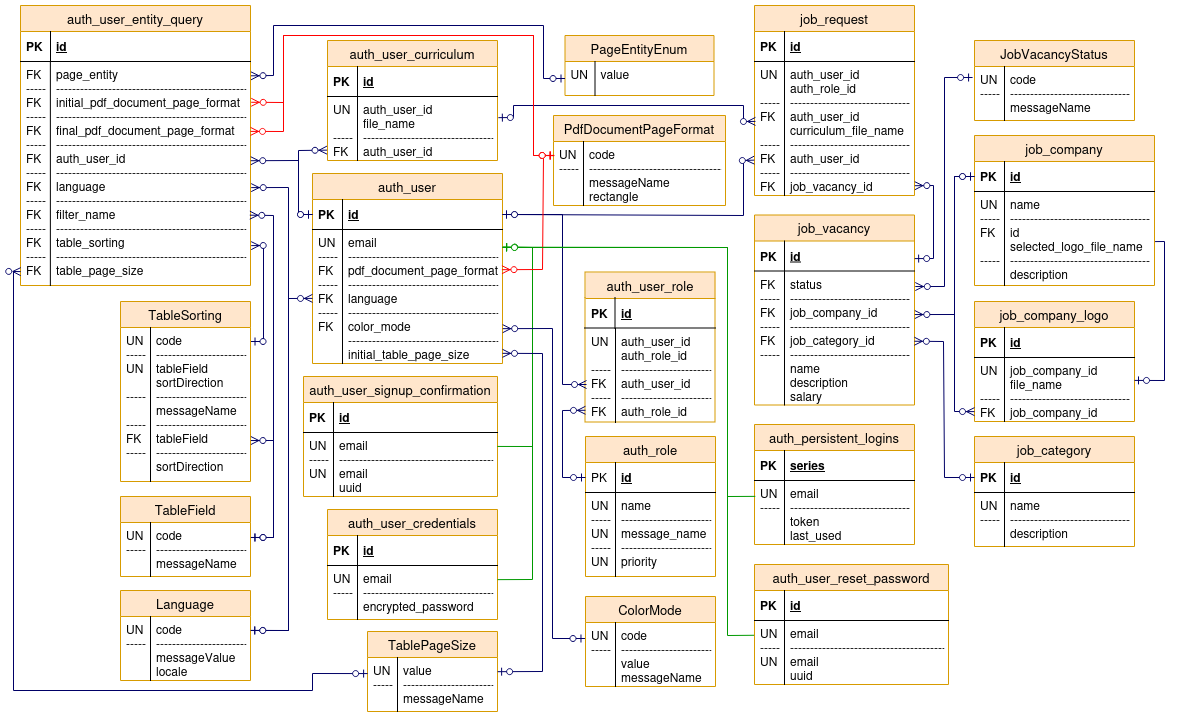
Earlier version of the draw.io export documentation/Entity-Relationship-Diagram.png (Aliuken/JobVacanciesApp_Java11). Source tidied: cells renumbered, new cells last; positions are measured from the earlier drawing's top-left corner, leaving out a move shared by most shapes.
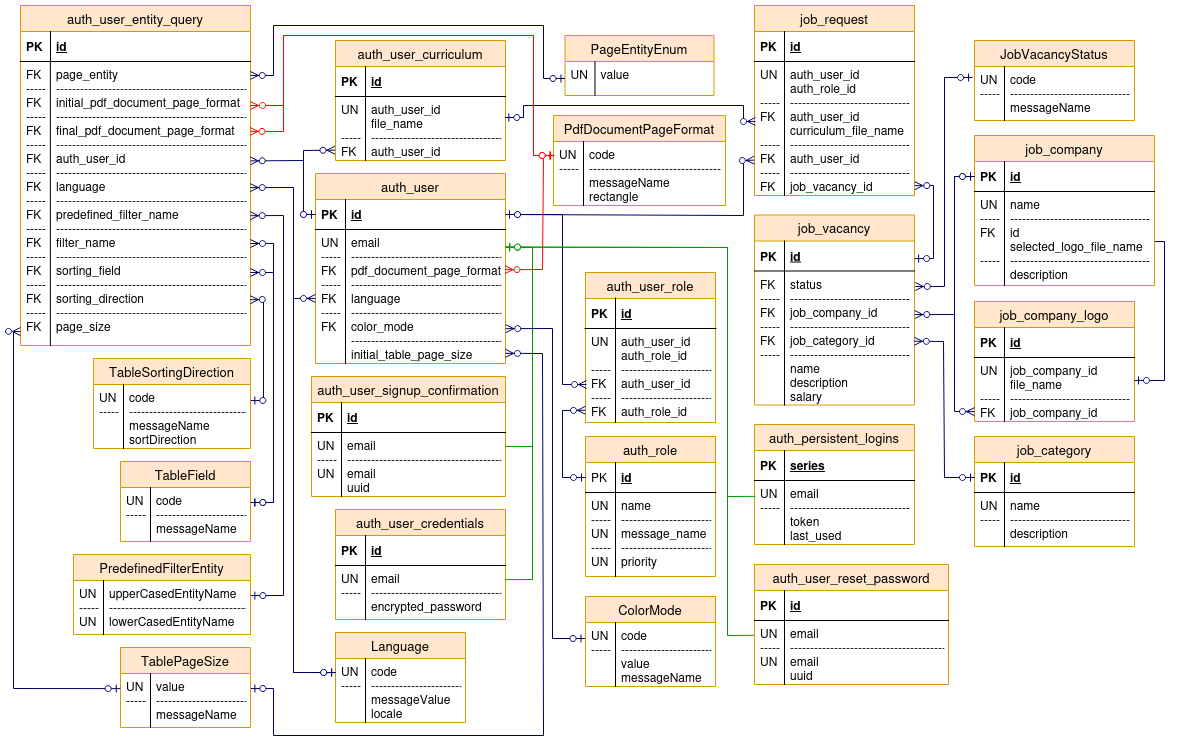
The same file after the commit.

Change to the diagram source:
```diff
@@ -20,3 +20,3 @@
     <mxCell id="7" value="auth_user" style="swimlane;fontStyle=0;horizontal=1;startSize=26;fillColor=#FFE6CC;swimlaneFillColor=#ffffff;align=center;strokeWidth=1;fontSize=13;strokeColor=#d79b00;" parent="1" vertex="1">
-      <mxGeometry x="299" y="168" width="190" height="190" as="geometry" />
+      <mxGeometry x="302" y="168" width="190" height="190" as="geometry" />
     </mxCell>
@@ -71,3 +71,3 @@
     <mxCell id="20" value="auth_user_curriculum" style="swimlane;fontStyle=0;horizontal=1;startSize=26;fillColor=#FFE6CC;swimlaneFillColor=#ffffff;align=center;strokeWidth=1;fontSize=13;strokeColor=#d79b00;" parent="1" vertex="1">
-      <mxGeometry x="314" y="35" width="170" height="120" as="geometry" />
+      <mxGeometry x="322" y="35" width="170" height="120" as="geometry" />
     </mxCell>
@@ -88,4 +88,4 @@
         <Array as="points">
-          <mxPoint x="285" y="145" />
-          <mxPoint x="285" y="209" />
+          <mxPoint x="290" y="145" />
+          <mxPoint x="290" y="209" />
         </Array>
@@ -94,3 +94,3 @@
     <mxCell id="26" value="auth_user_signup_confirmation" style="swimlane;fontStyle=0;horizontal=1;startSize=26;fillColor=#FFE6CC;swimlaneFillColor=#ffffff;align=center;strokeWidth=1;fontSize=13;strokeColor=#d79b00;" parent="1" vertex="1">
-      <mxGeometry x="290" y="371" width="194" height="120" as="geometry" />
+      <mxGeometry x="298" y="371" width="194" height="120" as="geometry" />
     </mxCell>
@@ -109,3 +109,3 @@
     <mxCell id="31" value="auth_user_credentials" style="swimlane;fontStyle=0;horizontal=1;startSize=26;fillColor=#FFE6CC;swimlaneFillColor=#ffffff;align=center;strokeWidth=1;fontSize=13;strokeColor=#d79b00;" parent="1" vertex="1">
-      <mxGeometry x="314" y="504" width="170" height="110" as="geometry" />
+      <mxGeometry x="322" y="504" width="170" height="110" as="geometry" />
     </mxCell>
@@ -140,3 +140,3 @@
     <mxCell id="38" value="Language" style="swimlane;fontStyle=0;horizontal=1;startSize=26;fillColor=#FFE6CC;swimlaneFillColor=#ffffff;align=center;strokeWidth=1;fontSize=13;strokeColor=#d79b00;" parent="1" vertex="1">
-      <mxGeometry x="107" y="585" width="130" height="90" as="geometry" />
+      <mxGeometry x="322" y="627" width="130" height="90" as="geometry" />
     </mxCell>
@@ -148,7 +148,7 @@
     </mxCell>
-    <mxCell id="41" style="edgeStyle=none;rounded=0;html=1;startArrow=ERzeroToMany;startFill=1;endArrow=ERzeroToOne;endFill=1;jettySize=auto;fontSize=10;strokeColor=#000066;exitX=0;exitY=0.514;exitDx=0;exitDy=0;exitPerimeter=0;entryX=1.002;entryY=0.217;entryDx=0;entryDy=0;entryPerimeter=0;" parent="1" edge="1" source="10" target="39">
+    <mxCell id="41" style="edgeStyle=none;rounded=0;html=1;startArrow=ERzeroToMany;startFill=1;endArrow=ERzeroToOne;endFill=1;jettySize=auto;fontSize=10;strokeColor=#000066;exitX=0;exitY=0.514;exitDx=0;exitDy=0;exitPerimeter=0;entryX=0.001;entryY=0.219;entryDx=0;entryDy=0;entryPerimeter=0;" parent="1" edge="1" source="10" target="39">
       <mxGeometry relative="1" as="geometry">
         <Array as="points">
-          <mxPoint x="275" y="293" />
-          <mxPoint x="275" y="625" />
+          <mxPoint x="280" y="293" />
+          <mxPoint x="280" y="667" />
         </Array>
@@ -319,3 +319,3 @@
     </mxCell>
-    <mxCell id="83" style="edgeStyle=none;rounded=0;html=1;startArrow=ERzeroToMany;startFill=1;endArrow=ERzeroToOne;endFill=1;jettySize=auto;fontSize=10;strokeColor=#000066;exitX=0.006;exitY=0.447;exitDx=0;exitDy=0;exitPerimeter=0;entryX=1.005;entryY=0.331;entryDx=0;entryDy=0;entryPerimeter=0;" parent="1" edge="1" source="45" target="23">
+    <mxCell id="83" style="edgeStyle=none;rounded=0;html=1;startArrow=ERzeroToMany;startFill=1;endArrow=ERzeroToOne;endFill=1;jettySize=auto;fontSize=10;strokeColor=#000066;exitX=0.006;exitY=0.447;exitDx=0;exitDy=0;exitPerimeter=0;entryX=0.996;entryY=0.328;entryDx=0;entryDy=0;entryPerimeter=0;" parent="1" edge="1" source="45" target="23">
       <mxGeometry relative="1" as="geometry">
@@ -324,4 +324,4 @@
           <mxPoint x="730" y="100" />
-          <mxPoint x="500" y="100" />
-          <mxPoint x="500" y="112" />
+          <mxPoint x="510" y="100" />
+          <mxPoint x="510" y="112" />
         </Array>
@@ -330,3 +330,3 @@
     <mxCell id="84" value="TablePageSize" style="swimlane;fontStyle=0;horizontal=1;startSize=26;fillColor=#FFE6CC;swimlaneFillColor=#ffffff;align=center;strokeWidth=1;fontSize=13;strokeColor=#d79b00;" parent="1" vertex="1">
-      <mxGeometry x="354" y="626" width="130" height="80" as="geometry" />
+      <mxGeometry x="107" y="642" width="130" height="80" as="geometry" />
     </mxCell>
@@ -338,3 +338,3 @@
     </mxCell>
-    <mxCell id="87" style="edgeStyle=none;rounded=0;html=1;startArrow=ERzeroToMany;startFill=1;endArrow=ERzeroToOne;endFill=1;jettySize=auto;fontSize=10;strokeColor=#000066;exitX=1;exitY=0.924;exitDx=0;exitDy=0;entryX=1.001;entryY=0.263;entryDx=0;entryDy=0;entryPerimeter=0;exitPerimeter=0;" parent="1" edge="1" source="10" target="85">
+    <mxCell id="87" style="edgeStyle=none;rounded=0;html=1;startArrow=ERzeroToMany;startFill=1;endArrow=ERzeroToOne;endFill=1;jettySize=auto;fontSize=10;strokeColor=#000066;exitX=1;exitY=0.924;exitDx=0;exitDy=0;entryX=1.003;entryY=0.279;entryDx=0;entryDy=0;entryPerimeter=0;exitPerimeter=0;" parent="1" edge="1" source="10" target="85">
       <mxGeometry relative="1" as="geometry">
@@ -342,3 +342,5 @@
           <mxPoint x="529" y="348" />
-          <mxPoint x="529" y="666" />
+          <mxPoint x="530" y="730" />
+          <mxPoint x="260" y="730" />
+          <mxPoint x="260" y="683" />
         </Array>
@@ -364,3 +366,3 @@
     <mxCell id="92" value="auth_user_entity_query" style="swimlane;fontStyle=0;horizontal=1;startSize=26;fillColor=#ffe6cc;swimlaneFillColor=#ffffff;align=center;strokeWidth=1;fontSize=13;strokeColor=#d79b00;" parent="1" vertex="1">
-      <mxGeometry x="7" width="230" height="280" as="geometry" />
+      <mxGeometry x="7" width="230" height="340" as="geometry" />
     </mxCell>
@@ -372,10 +374,10 @@
     </mxCell>
-    <mxCell id="95" value="page_entity&#10;------------------------------------------------&#10;initial_pdf_document_page_format&#10;------------------------------------------------&#10;final_pdf_document_page_format&#10;------------------------------------------------&#10;auth_user_id&#10;------------------------------------------------&#10;language&#10;------------------------------------------------&#10;filter_name&#10;------------------------------------------------&#10;table_sorting&#10;------------------------------------------------&#10;table_page_size" style="shape=partialRectangle;top=0;left=0;right=0;bottom=0;align=left;verticalAlign=top;fillColor=none;spacingLeft=34;spacingRight=4;overflow=hidden;points=[[0,0.5],[1,0.5]];portConstraint=eastwest;fontStyle=0;" parent="92" vertex="1">
-      <mxGeometry y="56" width="230" height="224" as="geometry" />
+    <mxCell id="95" value="page_entity&#10;------------------------------------------------&#10;initial_pdf_document_page_format&#10;------------------------------------------------&#10;final_pdf_document_page_format&#10;------------------------------------------------&#10;auth_user_id&#10;------------------------------------------------&#10;language&#10;------------------------------------------------&#10;predefined_filter_name&#10;------------------------------------------------&#10;filter_name&#10;------------------------------------------------&#10;sorting_field&#10;------------------------------------------------&#10;sorting_direction&#10;------------------------------------------------&#10;page_size" style="shape=partialRectangle;top=0;left=0;right=0;bottom=0;align=left;verticalAlign=top;fillColor=none;spacingLeft=34;spacingRight=4;overflow=hidden;points=[[0,0.5],[1,0.5]];portConstraint=eastwest;fontStyle=0;" parent="92" vertex="1">
+      <mxGeometry y="56" width="230" height="284" as="geometry" />
     </mxCell>
-    <mxCell id="96" value="FK&#10;-----&#10;FK&#10;-----&#10;FK&#10;-----&#10;FK&#10;-----&#10;FK&#10;-----&#10;FK&#10;-----&#10;FK&#10;-----&#10;FK" style="shape=partialRectangle;top=0;left=0;bottom=0;fillColor=none;align=left;verticalAlign=top;spacingLeft=4;spacingRight=4;overflow=hidden;fontStyle=0;" parent="95" vertex="1">
-      <mxGeometry width="29.9" height="224" as="geometry" />
+    <mxCell id="96" value="FK&#10;-----&#10;FK&#10;-----&#10;FK&#10;-----&#10;FK&#10;-----&#10;FK&#10;-----&#10;FK&#10;-----&#10;FK&#10;-----&#10;FK&#10;-----&#10;FK&#10;-----&#10;FK" style="shape=partialRectangle;top=0;left=0;bottom=0;fillColor=none;align=left;verticalAlign=top;spacingLeft=4;spacingRight=4;overflow=hidden;fontStyle=0;" parent="95" vertex="1">
+      <mxGeometry width="29.9" height="284" as="geometry" />
     </mxCell>
     <mxCell id="97" value="TableField" style="swimlane;fontStyle=0;horizontal=1;startSize=26;fillColor=#FFE6CC;swimlaneFillColor=#ffffff;align=center;strokeWidth=1;fontSize=13;strokeColor=#d79b00;" parent="1" vertex="1">
-      <mxGeometry x="107" y="491" width="130" height="80" as="geometry" />
+      <mxGeometry x="107" y="456" width="130" height="80" as="geometry" />
     </mxCell>
@@ -387,16 +389,16 @@
     </mxCell>
-    <mxCell id="100" value="TableSorting" style="swimlane;fontStyle=0;horizontal=1;startSize=26;fillColor=#FFE6CC;swimlaneFillColor=#ffffff;align=center;strokeWidth=1;fontSize=13;strokeColor=#d79b00;" parent="1" vertex="1">
-      <mxGeometry x="107" y="296" width="130" height="180" as="geometry" />
+    <mxCell id="100" value="TableSortingDirection" style="swimlane;fontStyle=0;horizontal=1;startSize=26;fillColor=#FFE6CC;swimlaneFillColor=#ffffff;align=center;strokeWidth=1;fontSize=13;strokeColor=#d79b00;" parent="1" vertex="1">
+      <mxGeometry x="80" y="353" width="157" height="90" as="geometry" />
     </mxCell>
-    <mxCell id="101" value="code&#10;-----------------------&#10;tableField&#10;sortDirection&#10;-----------------------&#10;messageName&#10;-----------------------&#10;tableField&#10;-----------------------&#10;sortDirection" style="shape=partialRectangle;top=0;left=0;right=0;bottom=0;align=left;verticalAlign=top;fillColor=none;spacingLeft=34;spacingRight=4;overflow=hidden;points=[[0,0.5],[1,0.5]];portConstraint=eastwest;" parent="100" vertex="1">
-      <mxGeometry y="26" width="130" height="154" as="geometry" />
+    <mxCell id="101" value="code&#10;------------------------------&#10;messageName&#10;sortDirection" style="shape=partialRectangle;top=0;left=0;right=0;bottom=0;align=left;verticalAlign=top;fillColor=none;spacingLeft=34;spacingRight=4;overflow=hidden;points=[[0,0.5],[1,0.5]];portConstraint=eastwest;" parent="100" vertex="1">
+      <mxGeometry y="26" width="157" height="64" as="geometry" />
     </mxCell>
-    <mxCell id="102" value="UN&#10;-----&#10;UN&#10;&#10;-----&#10;&#10;-----&#10;FK&#10;-----&#10;&#10;&#10;&#10;&#10;" style="shape=partialRectangle;top=0;left=0;bottom=0;fillColor=none;align=left;verticalAlign=top;spacingLeft=4;spacingRight=4;overflow=hidden;" parent="101" vertex="1">
-      <mxGeometry width="30" height="154" as="geometry" />
+    <mxCell id="102" value="UN&#10;-----&#10;&#10;&#10;&#10;&#10;&#10;" style="shape=partialRectangle;top=0;left=0;bottom=0;fillColor=none;align=left;verticalAlign=top;spacingLeft=4;spacingRight=4;overflow=hidden;" parent="101" vertex="1">
+      <mxGeometry width="30" height="64" as="geometry" />
     </mxCell>
-    <mxCell id="103" style="edgeStyle=none;rounded=0;html=1;startArrow=ERzeroToMany;startFill=1;endArrow=ERzeroToOne;endFill=1;jettySize=auto;fontSize=10;strokeColor=#000066;entryX=0;entryY=0.5;entryDx=0;entryDy=0;exitX=1.001;exitY=0.443;exitDx=0;exitDy=0;exitPerimeter=0;" parent="1" edge="1" source="95" target="8">
+    <mxCell id="103" style="edgeStyle=none;rounded=0;html=1;startArrow=ERzeroToMany;startFill=1;endArrow=ERzeroToOne;endFill=1;jettySize=auto;fontSize=10;strokeColor=#000066;entryX=0;entryY=0.5;entryDx=0;entryDy=0;exitX=0.999;exitY=0.35;exitDx=0;exitDy=0;exitPerimeter=0;" parent="1" edge="1" source="95" target="8">
       <mxGeometry relative="1" as="geometry">
         <Array as="points">
-          <mxPoint x="285" y="155" />
-          <mxPoint x="285" y="209" />
+          <mxPoint x="290" y="155" />
+          <mxPoint x="290" y="209" />
         </Array>
@@ -404,7 +406,8 @@
     </mxCell>
-    <mxCell id="104" style="edgeStyle=none;rounded=0;html=1;startArrow=ERzeroToMany;startFill=1;endArrow=ERzeroToOne;endFill=1;jettySize=auto;fontSize=10;strokeColor=#000066;exitX=1.003;exitY=0.563;exitDx=0;exitDy=0;exitPerimeter=0;entryX=1.002;entryY=0.219;entryDx=0;entryDy=0;entryPerimeter=0;" parent="1" edge="1" source="95" target="39">
+    <mxCell id="104" style="edgeStyle=none;rounded=0;html=1;startArrow=ERzeroToMany;startFill=1;endArrow=ERzeroToOne;endFill=1;jettySize=auto;fontSize=10;strokeColor=#000066;exitX=0.999;exitY=0.444;exitDx=0;exitDy=0;exitPerimeter=0;entryX=0.001;entryY=0.22;entryDx=0;entryDy=0;entryPerimeter=0;" parent="1" edge="1" source="95" target="39">
       <mxGeometry relative="1" as="geometry">
         <Array as="points">
-          <mxPoint x="275" y="182" />
-          <mxPoint x="275" y="625" />
+          <mxPoint x="280" y="182" />
+          <mxPoint x="280" y="660" />
+          <mxPoint x="280" y="667" />
         </Array>
@@ -412,7 +415,7 @@
     </mxCell>
-    <mxCell id="105" style="edgeStyle=none;rounded=0;html=1;startArrow=ERzeroToMany;startFill=1;endArrow=ERzeroToOne;endFill=1;jettySize=auto;fontSize=10;strokeColor=#000066;entryX=1.003;entryY=0.278;entryDx=0;entryDy=0;entryPerimeter=0;exitX=0.997;exitY=0.686;exitDx=0;exitDy=0;exitPerimeter=0;" parent="1" edge="1" source="95" target="98">
+    <mxCell id="105" style="edgeStyle=none;rounded=0;html=1;startArrow=ERzeroToMany;startFill=1;endArrow=ERzeroToOne;endFill=1;jettySize=auto;fontSize=10;strokeColor=#000066;entryX=1.003;entryY=0.278;entryDx=0;entryDy=0;entryPerimeter=0;exitX=1;exitY=0.641;exitDx=0;exitDy=0;exitPerimeter=0;" parent="1" edge="1" source="95" target="98">
       <mxGeometry relative="1" as="geometry">
         <Array as="points">
-          <mxPoint x="260" y="210" />
-          <mxPoint x="260" y="532" />
+          <mxPoint x="260" y="238" />
+          <mxPoint x="260" y="497" />
         </Array>
@@ -420,15 +423,7 @@
     </mxCell>
-    <mxCell id="106" style="edgeStyle=none;rounded=0;html=1;startArrow=ERzeroToMany;startFill=1;endArrow=ERzeroToOne;endFill=1;jettySize=auto;fontSize=10;strokeColor=#000066;entryX=1.004;entryY=0.277;entryDx=0;entryDy=0;entryPerimeter=0;exitX=1.003;exitY=0.734;exitDx=0;exitDy=0;exitPerimeter=0;" parent="1" edge="1" source="101" target="98">
-      <mxGeometry relative="1" as="geometry">
-        <Array as="points">
-          <mxPoint x="260" y="435" />
-          <mxPoint x="260" y="532" />
-        </Array>
-      </mxGeometry>
-    </mxCell>
-    <mxCell id="107" style="edgeStyle=none;rounded=0;html=1;startArrow=ERzeroToMany;startFill=1;endArrow=ERzeroToOne;endFill=1;jettySize=auto;fontSize=10;strokeColor=#000066;entryX=1.004;entryY=0.091;entryDx=0;entryDy=0;entryPerimeter=0;exitX=1.003;exitY=0.822;exitDx=0;exitDy=0;exitPerimeter=0;" parent="1" edge="1" source="95" target="101">
+    <mxCell id="107" style="edgeStyle=none;rounded=0;html=1;startArrow=ERzeroToMany;startFill=1;endArrow=ERzeroToOne;endFill=1;jettySize=auto;fontSize=10;strokeColor=#000066;entryX=1.002;entryY=0.251;entryDx=0;entryDy=0;entryPerimeter=0;exitX=0.999;exitY=0.839;exitDx=0;exitDy=0;exitPerimeter=0;" parent="1" edge="1" source="95" target="101">
       <mxGeometry relative="1" as="geometry">
         <Array as="points">
-          <mxPoint x="250" y="240" />
-          <mxPoint x="250" y="336" />
+          <mxPoint x="250" y="294" />
+          <mxPoint x="250" y="395" />
         </Array>
@@ -436,9 +431,7 @@
     </mxCell>
-    <mxCell id="108" style="edgeStyle=none;rounded=0;html=1;startArrow=ERzeroToMany;startFill=1;endArrow=ERzeroToOne;endFill=1;jettySize=auto;fontSize=10;strokeColor=#000066;entryX=0.001;entryY=0.298;entryDx=0;entryDy=0;entryPerimeter=0;exitX=0.001;exitY=0.938;exitDx=0;exitDy=0;exitPerimeter=0;" parent="1" edge="1" source="95" target="85">
+    <mxCell id="108" style="edgeStyle=none;rounded=0;html=1;startArrow=ERzeroToMany;startFill=1;endArrow=ERzeroToOne;endFill=1;jettySize=auto;fontSize=10;strokeColor=#000066;entryX=-0.002;entryY=0.28;entryDx=0;entryDy=0;entryPerimeter=0;exitX=0;exitY=0.951;exitDx=0;exitDy=0;exitPerimeter=0;" parent="1" edge="1" source="95" target="85">
       <mxGeometry relative="1" as="geometry">
         <Array as="points">
-          <mxPoint y="266" />
-          <mxPoint y="685" />
-          <mxPoint x="299" y="685" />
-          <mxPoint x="299" y="668" />
+          <mxPoint y="326" />
+          <mxPoint y="683" />
         </Array>
@@ -463,3 +456,3 @@
     </mxCell>
-    <mxCell id="113" style="edgeStyle=none;rounded=0;html=1;startArrow=ERzeroToMany;startFill=1;endArrow=ERzeroToOne;endFill=1;jettySize=auto;fontSize=10;strokeColor=#FF0000;entryX=0.004;entryY=0.22;entryDx=0;entryDy=0;entryPerimeter=0;exitX=1;exitY=0.312;exitDx=0;exitDy=0;exitPerimeter=0;" parent="1" edge="1" source="95" target="110">
+    <mxCell id="113" style="edgeStyle=none;rounded=0;html=1;startArrow=ERzeroToMany;startFill=1;endArrow=ERzeroToOne;endFill=1;jettySize=auto;fontSize=10;strokeColor=#FF0000;entryX=0.004;entryY=0.22;entryDx=0;entryDy=0;entryPerimeter=0;exitX=0.998;exitY=0.246;exitDx=0;exitDy=0;exitPerimeter=0;" parent="1" edge="1" source="95" target="110">
       <mxGeometry relative="1" as="geometry">
@@ -473,6 +466,7 @@
     </mxCell>
-    <mxCell id="114" style="edgeStyle=none;rounded=0;html=1;startArrow=ERzeroToMany;startFill=1;endArrow=ERzeroToOne;endFill=1;jettySize=auto;fontSize=10;strokeColor=#FF0000;exitX=1.003;exitY=0.182;exitDx=0;exitDy=0;exitPerimeter=0;entryX=0.004;entryY=0.217;entryDx=0;entryDy=0;entryPerimeter=0;" parent="1" edge="1" source="95" target="110">
+    <mxCell id="114" style="edgeStyle=none;rounded=0;html=1;startArrow=ERzeroToMany;startFill=1;endArrow=ERzeroToOne;endFill=1;jettySize=auto;fontSize=10;strokeColor=#FF0000;entryX=0.004;entryY=0.217;entryDx=0;entryDy=0;entryPerimeter=0;" parent="1" edge="1" target="110">
       <mxGeometry relative="1" as="geometry">
+        <mxPoint x="237" y="100" as="sourcePoint" />
         <Array as="points">
-          <mxPoint x="270" y="97" />
+          <mxPoint x="270" y="100" />
           <mxPoint x="270" y="30" />
@@ -492,3 +486,3 @@
     </mxCell>
-    <mxCell id="118" style="edgeStyle=none;rounded=0;html=1;startArrow=ERzeroToMany;startFill=1;endArrow=ERzeroToOne;endFill=1;jettySize=auto;fontSize=10;strokeColor=#000066;exitX=1.002;exitY=0.064;exitDx=0;exitDy=0;exitPerimeter=0;entryX=0;entryY=0.5;entryDx=0;entryDy=0;" parent="1" edge="1" source="95" target="116">
+    <mxCell id="118" style="edgeStyle=none;rounded=0;html=1;startArrow=ERzeroToMany;startFill=1;endArrow=ERzeroToOne;endFill=1;jettySize=auto;fontSize=10;strokeColor=#000066;entryX=0;entryY=0.5;entryDx=0;entryDy=0;exitX=0.999;exitY=0.049;exitDx=0;exitDy=0;exitPerimeter=0;" parent="1" edge="1" source="95" target="116">
       <mxGeometry relative="1" as="geometry">
@@ -517,5 +511,4 @@
     </mxCell>
-    <mxCell id="124" style="fontSize=12;html=1;endArrow=ERzeroToOne;endFill=1;rounded=0;exitX=-0.002;exitY=0.231;exitDx=0;exitDy=0;exitPerimeter=0;strokeColor=#009900;entryX=1.001;entryY=0.132;entryDx=0;entryDy=0;entryPerimeter=0;" parent="1" edge="1" source="122">
+    <mxCell id="124" style="fontSize=12;html=1;endArrow=ERzeroToOne;endFill=1;rounded=0;exitX=-0.002;exitY=0.231;exitDx=0;exitDy=0;exitPerimeter=0;strokeColor=#009900;entryX=1;entryY=0.131;entryDx=0;entryDy=0;entryPerimeter=0;" parent="1" edge="1" source="122" target="10">
       <mxGeometry relative="1" as="geometry">
-        <mxPoint x="489" y="242" as="targetPoint" />
         <Array as="points">
@@ -526,2 +519,27 @@
     </mxCell>
+    <mxCell id="125" value="PredefinedFilterEntity" style="swimlane;fontStyle=0;horizontal=1;startSize=26;fillColor=#FFE6CC;swimlaneFillColor=#ffffff;align=center;strokeWidth=1;fontSize=13;strokeColor=#d79b00;" parent="1" vertex="1">
+      <mxGeometry x="60" y="549" width="177" height="80" as="geometry" />
+    </mxCell>
+    <mxCell id="126" value="upperCasedEntityName&#10;-----------------------------------&#10;lowerCasedEntityName&#10;" style="shape=partialRectangle;top=0;left=0;right=0;bottom=0;align=left;verticalAlign=top;fillColor=none;spacingLeft=34;spacingRight=4;overflow=hidden;points=[[0,0.5],[1,0.5]];portConstraint=eastwest;" parent="125" vertex="1">
+      <mxGeometry y="26" width="177" height="54" as="geometry" />
+    </mxCell>
+    <mxCell id="127" value="UN&#10;-----&#10;UN&#10;&#10;&#10;&#10;&#10;" style="shape=partialRectangle;top=0;left=0;bottom=0;fillColor=none;align=left;verticalAlign=top;spacingLeft=4;spacingRight=4;overflow=hidden;" parent="126" vertex="1">
+      <mxGeometry width="30" height="54" as="geometry" />
+    </mxCell>
+    <mxCell id="128" style="edgeStyle=none;rounded=0;html=1;startArrow=ERzeroToMany;startFill=1;endArrow=ERzeroToOne;endFill=1;jettySize=auto;fontSize=10;strokeColor=#000066;entryX=1.002;entryY=0.277;entryDx=0;entryDy=0;entryPerimeter=0;exitX=1;exitY=0.743;exitDx=0;exitDy=0;exitPerimeter=0;" parent="1" edge="1" source="95" target="98">
+      <mxGeometry relative="1" as="geometry">
+        <Array as="points">
+          <mxPoint x="260" y="267" />
+          <mxPoint x="260" y="497" />
+        </Array>
+      </mxGeometry>
+    </mxCell>
+    <mxCell id="129" style="edgeStyle=none;rounded=0;html=1;startArrow=ERzeroToMany;startFill=1;endArrow=ERzeroToOne;endFill=1;jettySize=auto;fontSize=10;strokeColor=#000066;entryX=1.002;entryY=0.28;entryDx=0;entryDy=0;entryPerimeter=0;exitX=0.999;exitY=0.543;exitDx=0;exitDy=0;exitPerimeter=0;" parent="1" edge="1" source="95" target="126">
+      <mxGeometry relative="1" as="geometry">
+        <Array as="points">
+          <mxPoint x="270" y="210" />
+          <mxPoint x="270" y="590" />
+        </Array>
+      </mxGeometry>
+    </mxCell>
   </root>
```
